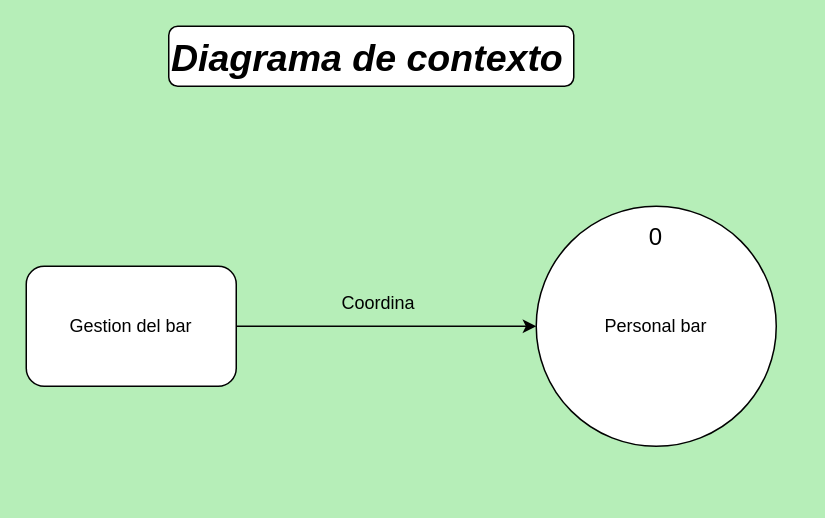
Above: 02_Entornos de desarrollo/UT_3/01 DiagramaFlujoDatos/Ejercicios_DFD/02 EjercicioBar/intento_2/00_NuevaGestionBar.drawio in antgomper/Curso_23-24_DAW (draw.io), before the change. Source tidied: cells renumbered, new cells numbered last; positions are measured from the earlier drawing's top-left corner, leaving out a move shared by most shapes. Both pictures are drawn from the tidied source at 150%, with x=0, y=0 at pixel (26, 26).
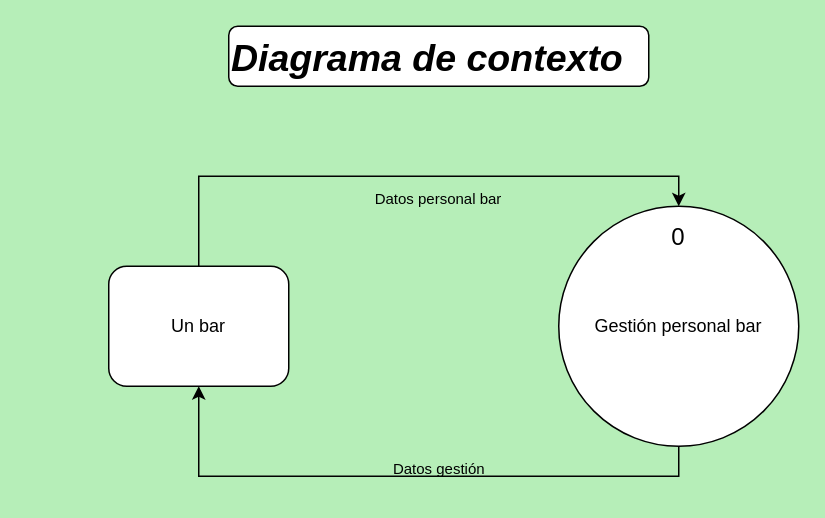
Above is the later version.

Diff of the diagram source:
```diff
@@
 <mxGraphModel background="#b6eeb8">
   <root>
     <mxCell id="0" />
     <mxCell id="1" parent="0" />
+    <mxCell id="8" style="edgeStyle=orthogonalEdgeStyle;rounded=0;jettySize=auto;html=1;exitX=0.5;exitY=1;exitDx=0;exitDy=0;entryX=0.5;entryY=1;entryDx=0;entryDy=0;" parent="1" edge="1" source="2" target="3">
+      <mxGeometry relative="1" as="geometry" />
+    </mxCell>
-    <mxCell id="2" value="Personal bar" style="ellipse;whiteSpace=wrap;html=1;rounded=1;" parent="1" vertex="1">
-      <mxGeometry x="340" y="120" width="160" height="160" as="geometry" />
+    <mxCell id="2" value="Gestión personal bar" style="ellipse;whiteSpace=wrap;html=1;rounded=1;" parent="1" vertex="1">
+      <mxGeometry x="355" y="120" width="160" height="160" as="geometry" />
     </mxCell>
+    <mxCell id="4" style="edgeStyle=orthogonalEdgeStyle;rounded=0;jettySize=auto;html=1;exitX=0.5;exitY=0;exitDx=0;exitDy=0;entryX=0.5;entryY=0;entryDx=0;entryDy=0;" parent="1" edge="1" source="3" target="2">
+      <mxGeometry relative="1" as="geometry" />
+    </mxCell>
-    <mxCell id="3" value="Gestion del bar" style="rounded=1;whiteSpace=wrap;html=1;" parent="1" vertex="1">
-      <mxGeometry y="160" width="140" height="80" as="geometry" />
+    <mxCell id="3" value="Un bar" style="rounded=1;whiteSpace=wrap;html=1;" parent="1" vertex="1">
+      <mxGeometry x="55" y="160" width="120" height="80" as="geometry" />
     </mxCell>
-    <mxCell id="4" style="endArrow=classic;html=1;rounded=1;exitX=1;exitY=0.5;exitDx=0;exitDy=0;startArrow=none;startFill=0;endFill=1;" parent="1" edge="1" source="3" target="2">
-      <mxGeometry relative="1" as="geometry" />
-    </mxCell>
     <mxCell id="5" value="&lt;font style=&quot;font-size: 16px;&quot;&gt;0&lt;/font&gt;" style="text;html=1;strokeColor=none;fillColor=none;align=center;verticalAlign=middle;whiteSpace=wrap;rounded=1;" parent="1" vertex="1">
-      <mxGeometry x="405" y="130" width="30" height="20" as="geometry" />
+      <mxGeometry x="420" y="130" width="30" height="20" as="geometry" />
     </mxCell>
     <mxCell id="6" value="&lt;div style=&quot;font-size: 21px;&quot; align=&quot;center&quot;&gt;&lt;font style=&quot;font-size: 25px;&quot;&gt;&lt;i&gt;&lt;b&gt;Diagrama de contexto&lt;br&gt;&lt;/b&gt;&lt;/i&gt;&lt;/font&gt;&lt;/div&gt;" style="rounded=1;whiteSpace=wrap;html=1;align=left;" parent="1" vertex="1">
-      <mxGeometry x="95" width="270" height="40" as="geometry" />
+      <mxGeometry x="135" width="280" height="40" as="geometry" />
     </mxCell>
-    <mxCell id="7" value="Coordina" style="text;html=1;strokeColor=none;fillColor=none;align=center;verticalAlign=middle;whiteSpace=wrap;rounded=1;" parent="1" vertex="1">
-      <mxGeometry x="205" y="170" width="60" height="30" as="geometry" />
+    <mxCell id="7" value="&lt;font style=&quot;font-size: 10px;&quot;&gt;Datos personal bar&lt;/font&gt;" style="text;html=1;strokeColor=none;fillColor=none;align=center;verticalAlign=middle;whiteSpace=wrap;rounded=1;" parent="1" vertex="1">
+      <mxGeometry x="230" y="100" width="90" height="30" as="geometry" />
     </mxCell>
+    <mxCell id="9" value="&lt;font style=&quot;font-size: 10px;&quot;&gt;Datos gestión&lt;/font&gt;" style="text;html=1;align=center;verticalAlign=middle;strokeColor=none;fillColor=none;" parent="1" vertex="1">
+      <mxGeometry x="235" y="280" width="80" height="30" as="geometry" />
+    </mxCell>
   </root>
 </mxGraphModel>
```
